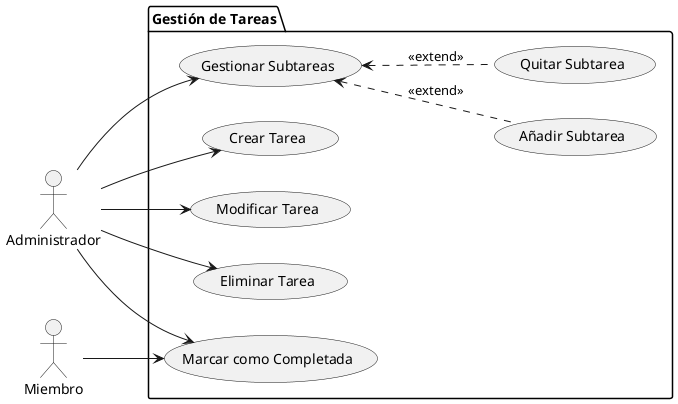
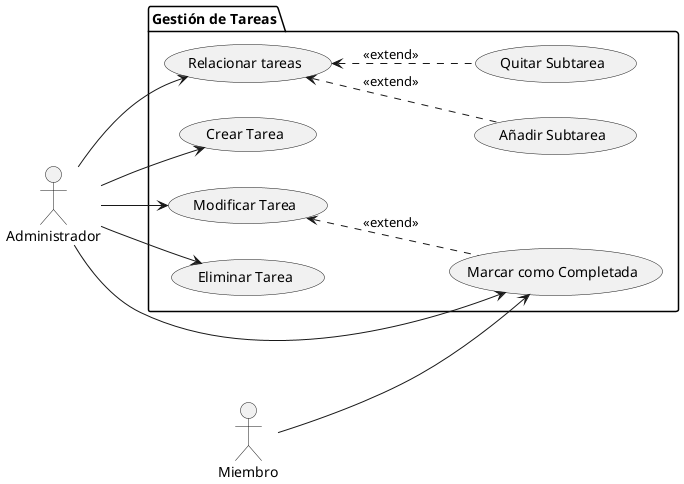
@startuml DiagramaGestionTareas
left to right direction
actor "Administrador" as Admin
actor "Miembro" as Miem

    package "Gestión de Tareas" {
+         usecase "Relacionar tareas" as UC5
        usecase "Crear Tarea" as UC1
        usecase "Modificar Tarea" as UC2
        usecase "Eliminar Tarea" as UC3
        usecase "Marcar como Completada" as UC4
-         usecase "Gestionar Subtareas" as UC5
        usecase "Añadir Subtarea" as UC5a
        usecase "Quitar Subtarea" as UC5b
+ 
    }

    Admin --> UC1
    Admin--> UC2
    Admin--> UC3
    Admin --> UC4
    Miem --> UC4
    Admin--> UC5
    UC5 <.. UC5a : <<extend>>
    UC5 <.. UC5b : <<extend>>
+     UC2 <.. UC4 : <<extend>>
@enduml